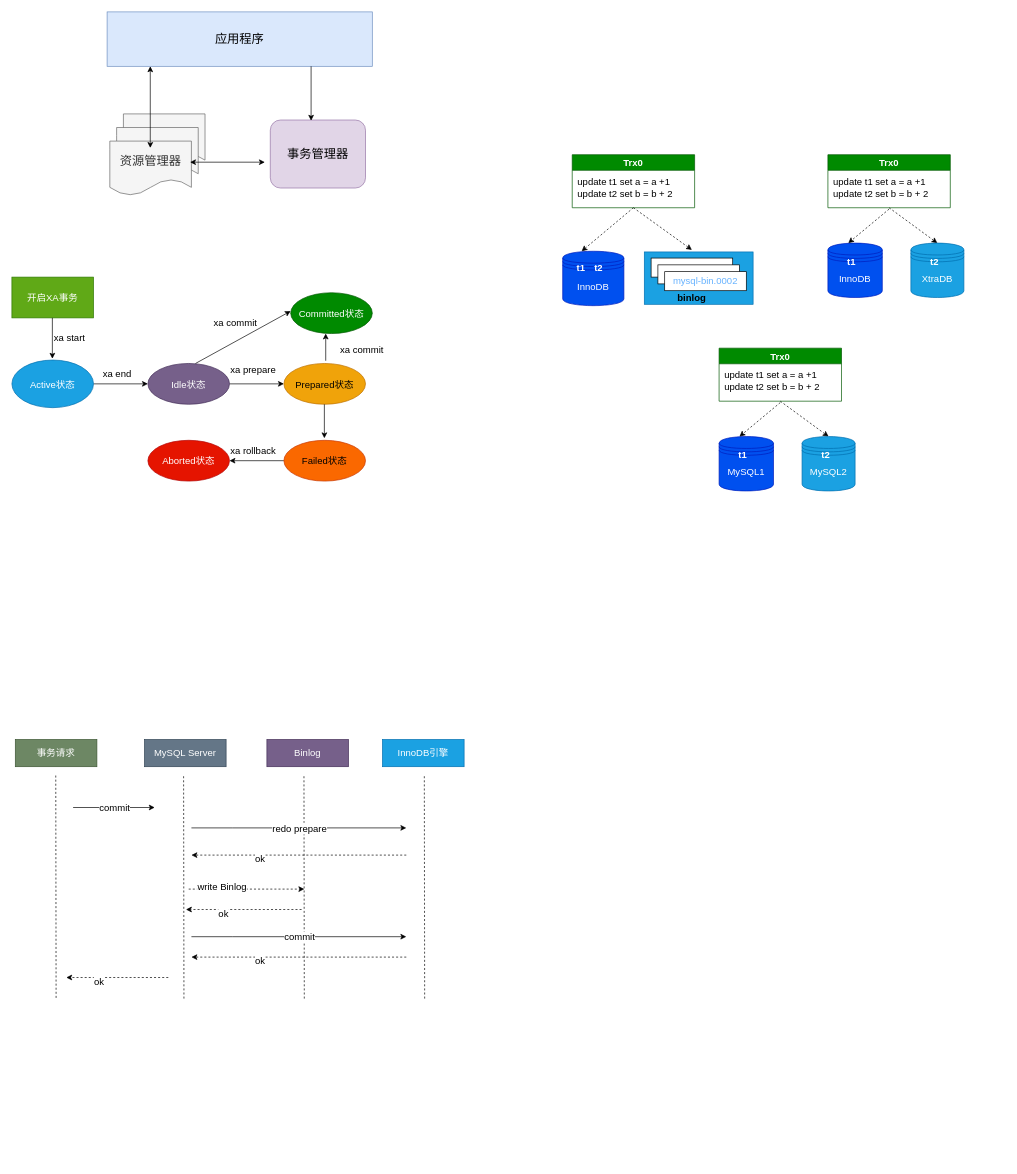
Earlier version of the draw.io diagram mysqlxa.drawio (Tsuiwiki/learngit). Source tidied: cells renumbered, new cells numbered last; positions are measured from the earlier drawing's top-left corner, leaving out a move shared by most shapes. Both pictures are drawn from the tidied source at 68%, with x=0, y=0 at pixel (12, 12).
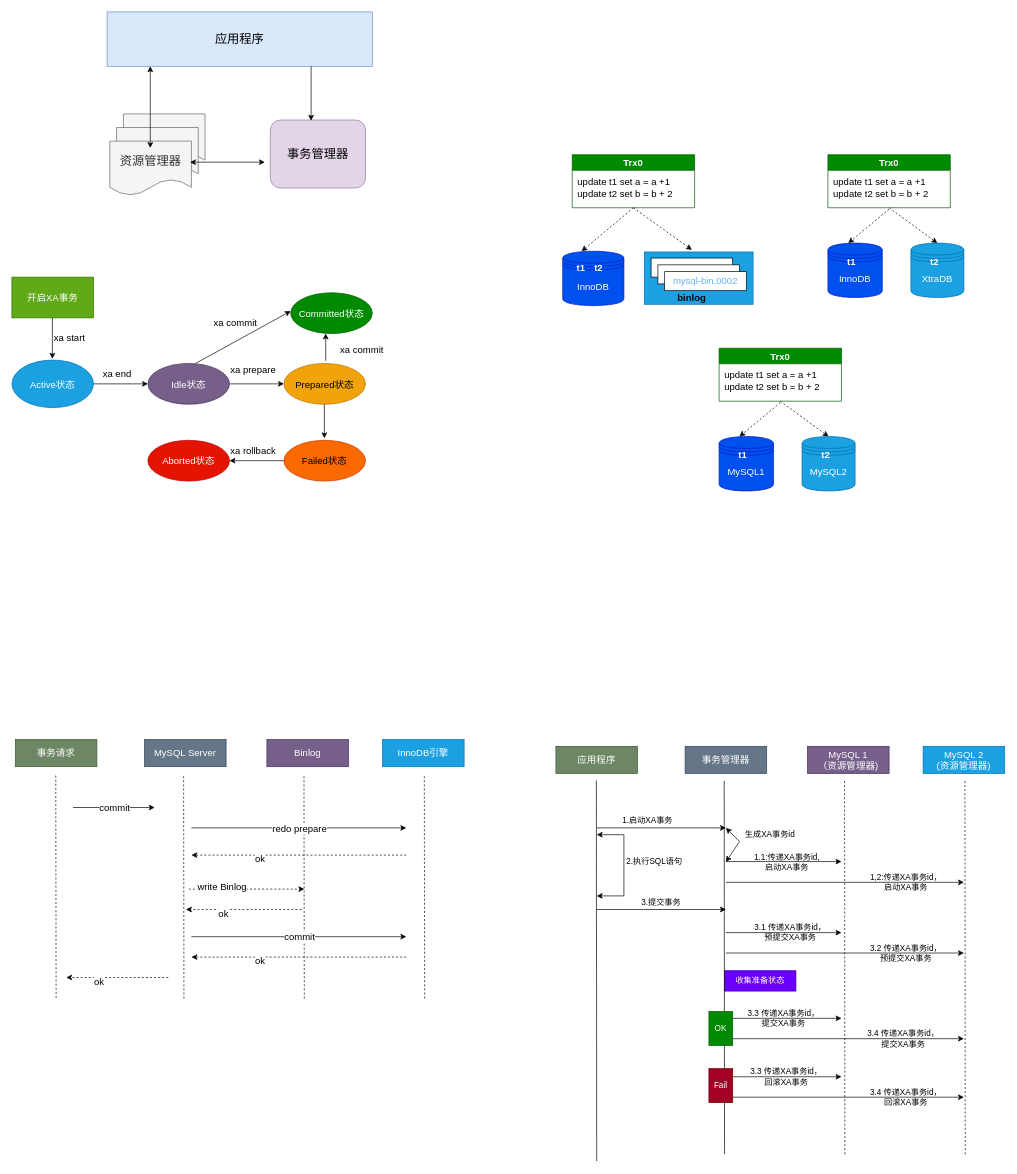
After the change.

The edit, as a diff of the source:
```diff
@@
+    <mxCell id="82" value="收集准备状态" style="rounded=0;whiteSpace=wrap;html=1;fillColor=#6a00ff;fontColor=#ffffff;strokeColor=#3700CC;" parent="1" vertex="1">
+      <mxGeometry x="1048" y="1410" width="105" height="30" as="geometry" />
+    </mxCell>
@@
+    <mxCell id="83" value="应用程序" style="rounded=0;whiteSpace=wrap;html=1;fontSize=14;fillColor=#6d8764;fontColor=#ffffff;strokeColor=#3A5431;" parent="1" vertex="1">
+      <mxGeometry x="800" y="1080" width="120" height="40" as="geometry" />
+    </mxCell>
+    <mxCell id="84" value="事务管理器" style="rounded=0;whiteSpace=wrap;html=1;fontSize=14;fillColor=#647687;fontColor=#ffffff;strokeColor=#314354;" parent="1" vertex="1">
+      <mxGeometry x="990" y="1080" width="120" height="40" as="geometry" />
+    </mxCell>
+    <mxCell id="85" value="MySQL 1&lt;br&gt;（资源管理器)" style="rounded=0;whiteSpace=wrap;html=1;fontSize=14;fillColor=#76608a;fontColor=#ffffff;strokeColor=#432D57;" parent="1" vertex="1">
+      <mxGeometry x="1170" y="1080" width="120" height="40" as="geometry" />
+    </mxCell>
+    <mxCell id="86" value="MySQL 2&lt;br&gt;(资源管理器)" style="rounded=0;whiteSpace=wrap;html=1;fontSize=14;fillColor=#1ba1e2;fontColor=#ffffff;strokeColor=#006EAF;" parent="1" vertex="1">
+      <mxGeometry x="1340" y="1080" width="120" height="40" as="geometry" />
+    </mxCell>
+    <mxCell id="87" style="endArrow=none;html=1;rounded=0;fontSize=14;" parent="1" edge="1">
+      <mxGeometry relative="1" as="geometry">
+        <mxPoint x="860" y="1690" as="sourcePoint" />
+        <mxPoint x="859.5" y="1130" as="targetPoint" />
+      </mxGeometry>
+    </mxCell>
+    <mxCell id="88" style="endArrow=none;html=1;rounded=0;fontSize=14;" parent="1" edge="1">
+      <mxGeometry relative="1" as="geometry">
+        <mxPoint x="1048" y="1680" as="sourcePoint" />
+        <mxPoint x="1047.5" y="1131" as="targetPoint" />
+      </mxGeometry>
+    </mxCell>
+    <mxCell id="89" style="endArrow=none;html=1;rounded=0;fontSize=14;dashed=1;" parent="1" edge="1">
+      <mxGeometry relative="1" as="geometry">
+        <mxPoint x="1225" y="1680" as="sourcePoint" />
+        <mxPoint x="1224.5" y="1131" as="targetPoint" />
+      </mxGeometry>
+    </mxCell>
+    <mxCell id="90" style="endArrow=none;html=1;rounded=0;fontSize=14;dashed=1;" parent="1" edge="1">
+      <mxGeometry relative="1" as="geometry">
+        <mxPoint x="1402" y="1680" as="sourcePoint" />
+        <mxPoint x="1401.5" y="1131" as="targetPoint" />
+      </mxGeometry>
+    </mxCell>
+    <mxCell id="91" style="endArrow=classic;html=1;rounded=0;" parent="1" edge="1">
+      <mxGeometry relative="1" as="geometry">
+        <mxPoint x="860" y="1200" as="sourcePoint" />
+        <mxPoint x="1050" y="1200" as="targetPoint" />
+      </mxGeometry>
+    </mxCell>
+    <mxCell id="92" style="endArrow=classic;html=1;rounded=0;" parent="1" edge="1">
+      <mxGeometry relative="1" as="geometry">
+        <mxPoint x="1050" y="1280" as="sourcePoint" />
+        <mxPoint x="1400" y="1280" as="targetPoint" />
+      </mxGeometry>
+    </mxCell>
+    <mxCell id="93" style="endArrow=classic;html=1;rounded=0;" parent="1" edge="1">
+      <mxGeometry relative="1" as="geometry">
+        <mxPoint x="860" y="1320" as="sourcePoint" />
+        <mxPoint x="1050" y="1320" as="targetPoint" />
+      </mxGeometry>
+    </mxCell>
+    <mxCell id="94" style="endArrow=classic;html=1;rounded=0;" parent="1" edge="1">
+      <mxGeometry relative="1" as="geometry">
+        <mxPoint x="1050" y="1354" as="sourcePoint" />
+        <mxPoint x="1220" y="1354" as="targetPoint" />
+      </mxGeometry>
+    </mxCell>
+    <mxCell id="95" style="endArrow=classic;html=1;rounded=0;" parent="1" edge="1">
+      <mxGeometry relative="1" as="geometry">
+        <mxPoint x="1050" y="1510" as="sourcePoint" />
+        <mxPoint x="1400" y="1510" as="targetPoint" />
+      </mxGeometry>
+    </mxCell>
+    <mxCell id="96" style="endArrow=classic;html=1;rounded=0;" parent="1" edge="1">
+      <mxGeometry relative="1" as="geometry">
+        <mxPoint x="1050" y="1480" as="sourcePoint" />
+        <mxPoint x="1220" y="1480" as="targetPoint" />
+      </mxGeometry>
+    </mxCell>
+    <mxCell id="97" style="endArrow=classic;html=1;rounded=0;" parent="1" edge="1">
+      <mxGeometry relative="1" as="geometry">
+        <mxPoint x="1050" y="1384" as="sourcePoint" />
+        <mxPoint x="1400" y="1384" as="targetPoint" />
+      </mxGeometry>
+    </mxCell>
+    <mxCell id="98" style="endArrow=classic;html=1;rounded=0;" parent="1" edge="1">
+      <mxGeometry relative="1" as="geometry">
+        <mxPoint x="1050" y="1596" as="sourcePoint" />
+        <mxPoint x="1400" y="1596" as="targetPoint" />
+      </mxGeometry>
+    </mxCell>
+    <mxCell id="99" style="endArrow=classic;html=1;rounded=0;" parent="1" edge="1">
+      <mxGeometry relative="1" as="geometry">
+        <mxPoint x="1050" y="1566" as="sourcePoint" />
+        <mxPoint x="1220" y="1566" as="targetPoint" />
+      </mxGeometry>
+    </mxCell>
+    <mxCell id="100" value="1.启动XA事务" style="text;html=1;strokeColor=none;fillColor=none;align=center;verticalAlign=middle;whiteSpace=wrap;rounded=0;" parent="1" vertex="1">
+      <mxGeometry x="890" y="1180" width="90" height="20" as="geometry" />
+    </mxCell>
+    <mxCell id="101" style="endArrow=classic;startArrow=classic;html=1;rounded=0;edgeStyle=orthogonalEdgeStyle;" parent="1" edge="1">
+      <mxGeometry relative="1" as="geometry">
+        <mxPoint x="860" y="1300" as="sourcePoint" />
+        <mxPoint x="860" y="1210" as="targetPoint" />
+        <Array as="points">
+          <mxPoint x="870" y="1300" />
+          <mxPoint x="900" y="1300" />
+          <mxPoint x="900" y="1210" />
+          <mxPoint x="870" y="1210" />
+        </Array>
+      </mxGeometry>
+    </mxCell>
+    <mxCell id="102" value="2.执行SQL语句" style="text;html=1;strokeColor=none;fillColor=none;align=center;verticalAlign=middle;whiteSpace=wrap;rounded=0;" parent="1" vertex="1">
+      <mxGeometry x="900" y="1240" width="90" height="20" as="geometry" />
+    </mxCell>
+    <mxCell id="103" value="3.提交事务" style="text;html=1;strokeColor=none;fillColor=none;align=center;verticalAlign=middle;whiteSpace=wrap;rounded=0;" parent="1" vertex="1">
+      <mxGeometry x="910" y="1300" width="90" height="20" as="geometry" />
+    </mxCell>
+    <mxCell id="104" style="endArrow=classic;startArrow=classic;html=1;rounded=0;" parent="1" edge="1">
+      <mxGeometry relative="1" as="geometry">
+        <mxPoint x="1050" y="1250" as="sourcePoint" />
+        <mxPoint x="1050" y="1200" as="targetPoint" />
+        <Array as="points">
+          <mxPoint x="1070" y="1220" />
+        </Array>
+      </mxGeometry>
+    </mxCell>
+    <mxCell id="105" value="生成XA事务id" style="text;html=1;strokeColor=none;fillColor=none;align=center;verticalAlign=middle;whiteSpace=wrap;rounded=0;" parent="1" vertex="1">
+      <mxGeometry x="1070" y="1200" width="90" height="20" as="geometry" />
+    </mxCell>
+    <mxCell id="106" value="1,2:传递XA事务id，启动XA事务" style="text;html=1;strokeColor=none;fillColor=none;align=center;verticalAlign=middle;whiteSpace=wrap;rounded=0;" parent="1" vertex="1">
+      <mxGeometry x="1260" y="1270" width="110" height="20" as="geometry" />
+    </mxCell>
+    <mxCell id="107" value="1.1:传递XA事务id,启动XA事务" style="text;html=1;strokeColor=none;fillColor=none;align=center;verticalAlign=middle;whiteSpace=wrap;rounded=0;" parent="1" vertex="1">
+      <mxGeometry x="1090" y="1240" width="100" height="20" as="geometry" />
+    </mxCell>
+    <mxCell id="108" style="endArrow=classic;html=1;rounded=0;" parent="1" edge="1">
+      <mxGeometry relative="1" as="geometry">
+        <mxPoint x="1050" y="1249.5" as="sourcePoint" />
+        <mxPoint x="1220" y="1249.5" as="targetPoint" />
+      </mxGeometry>
+    </mxCell>
+    <mxCell id="109" value="3.1 传递XA事务id，预提交XA事务" style="text;html=1;strokeColor=none;fillColor=none;align=center;verticalAlign=middle;whiteSpace=wrap;rounded=0;" parent="1" vertex="1">
+      <mxGeometry x="1090" y="1344" width="110" height="20" as="geometry" />
+    </mxCell>
+    <mxCell id="110" value="3.2 传递XA事务id，预提交XA事务" style="text;html=1;strokeColor=none;fillColor=none;align=center;verticalAlign=middle;whiteSpace=wrap;rounded=0;" parent="1" vertex="1">
+      <mxGeometry x="1260" y="1374" width="110" height="20" as="geometry" />
+    </mxCell>
+    <mxCell id="111" value="3.3 传递XA事务id，提交XA事务" style="text;html=1;strokeColor=none;fillColor=none;align=center;verticalAlign=middle;whiteSpace=wrap;rounded=0;" parent="1" vertex="1">
+      <mxGeometry x="1080" y="1470" width="110" height="20" as="geometry" />
+    </mxCell>
+    <mxCell id="112" value="3.4 传递XA事务id，提交XA事务" style="text;html=1;strokeColor=none;fillColor=none;align=center;verticalAlign=middle;whiteSpace=wrap;rounded=0;" parent="1" vertex="1">
+      <mxGeometry x="1256" y="1500" width="110" height="20" as="geometry" />
+    </mxCell>
+    <mxCell id="113" value="3.3 传递XA事务id，回滚XA事务" style="text;html=1;strokeColor=none;fillColor=none;align=center;verticalAlign=middle;whiteSpace=wrap;rounded=0;" parent="1" vertex="1">
+      <mxGeometry x="1084" y="1556" width="110" height="20" as="geometry" />
+    </mxCell>
+    <mxCell id="114" value="3.4 传递XA事务id，回滚XA事务" style="text;html=1;strokeColor=none;fillColor=none;align=center;verticalAlign=middle;whiteSpace=wrap;rounded=0;" parent="1" vertex="1">
+      <mxGeometry x="1260" y="1586" width="110" height="20" as="geometry" />
+    </mxCell>
+    <mxCell id="115" value="OK" style="rounded=0;whiteSpace=wrap;html=1;fillColor=#008a00;fontColor=#ffffff;strokeColor=#005700;" parent="1" vertex="1">
+      <mxGeometry x="1025" y="1470" width="35" height="50" as="geometry" />
+    </mxCell>
+    <mxCell id="116" value="Fail" style="rounded=0;whiteSpace=wrap;html=1;fillColor=#a20025;fontColor=#ffffff;strokeColor=#6F0000;" parent="1" vertex="1">
+      <mxGeometry x="1025" y="1554" width="35" height="50" as="geometry" />
+    </mxCell>
```
